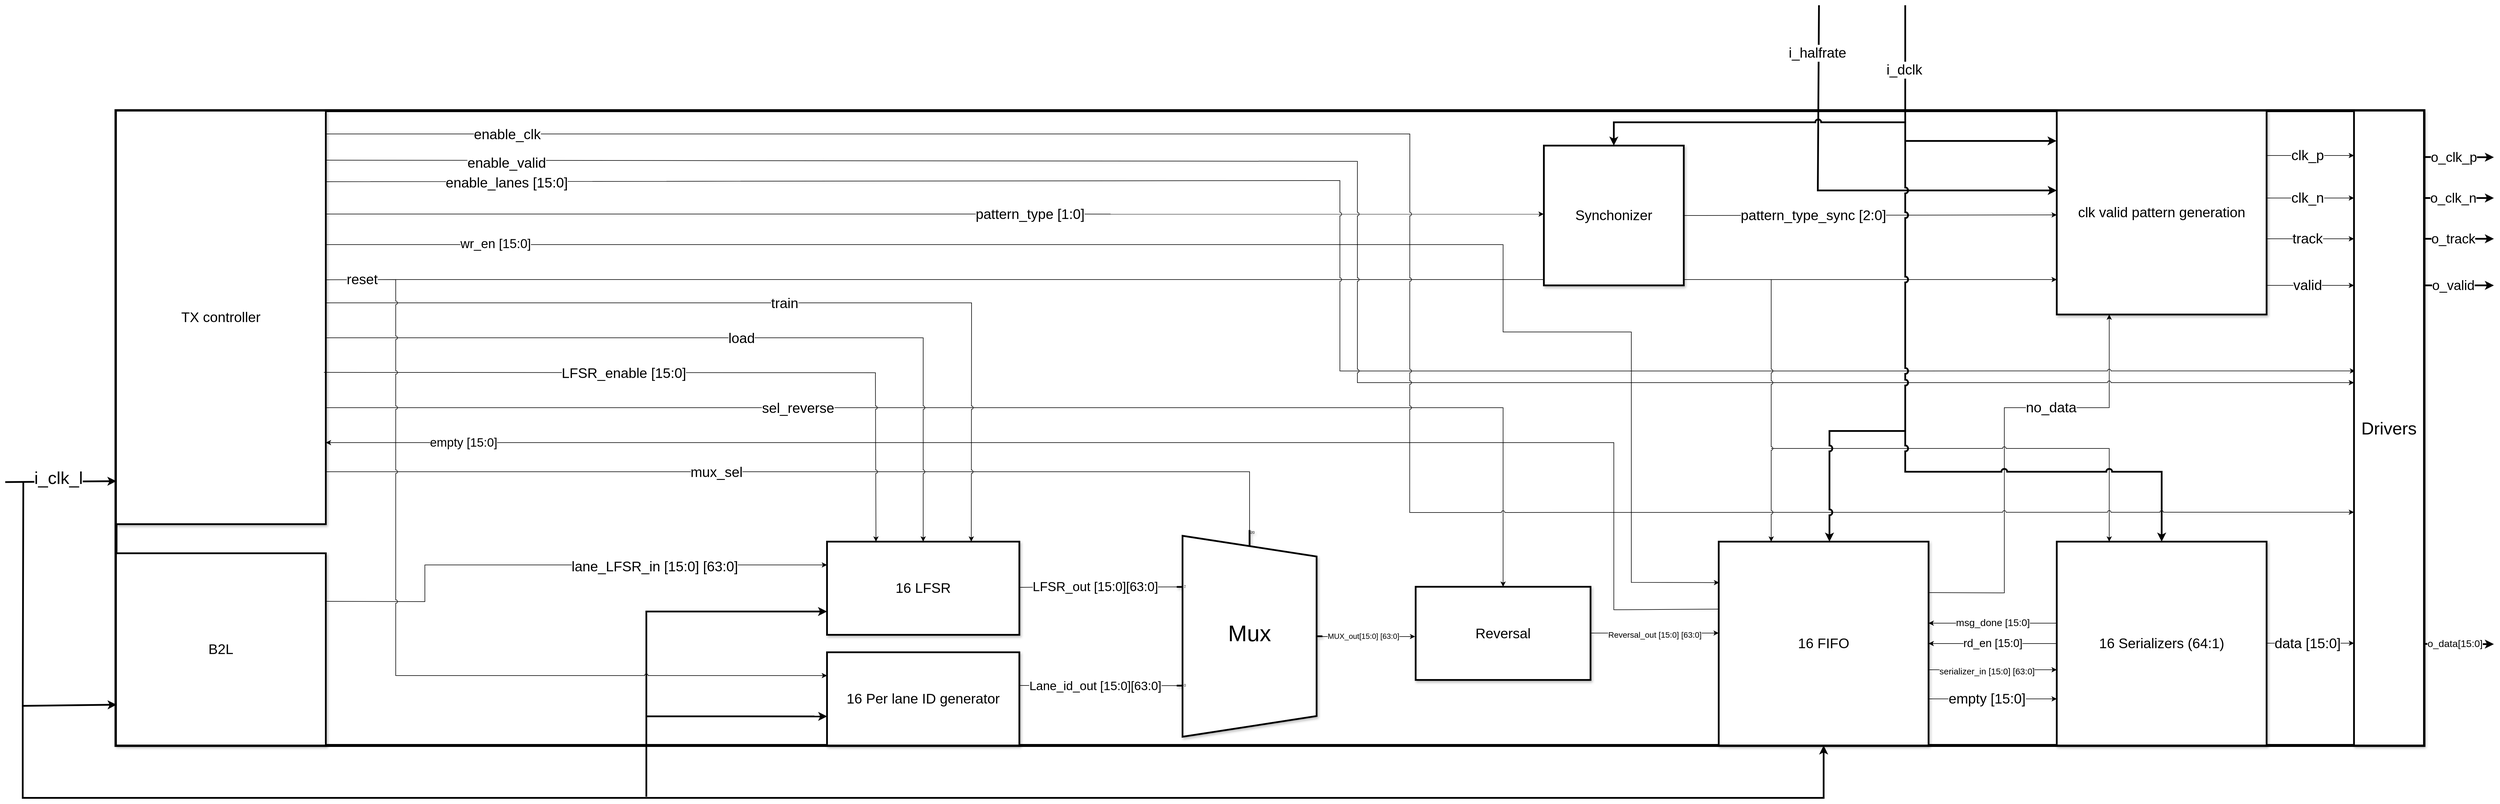
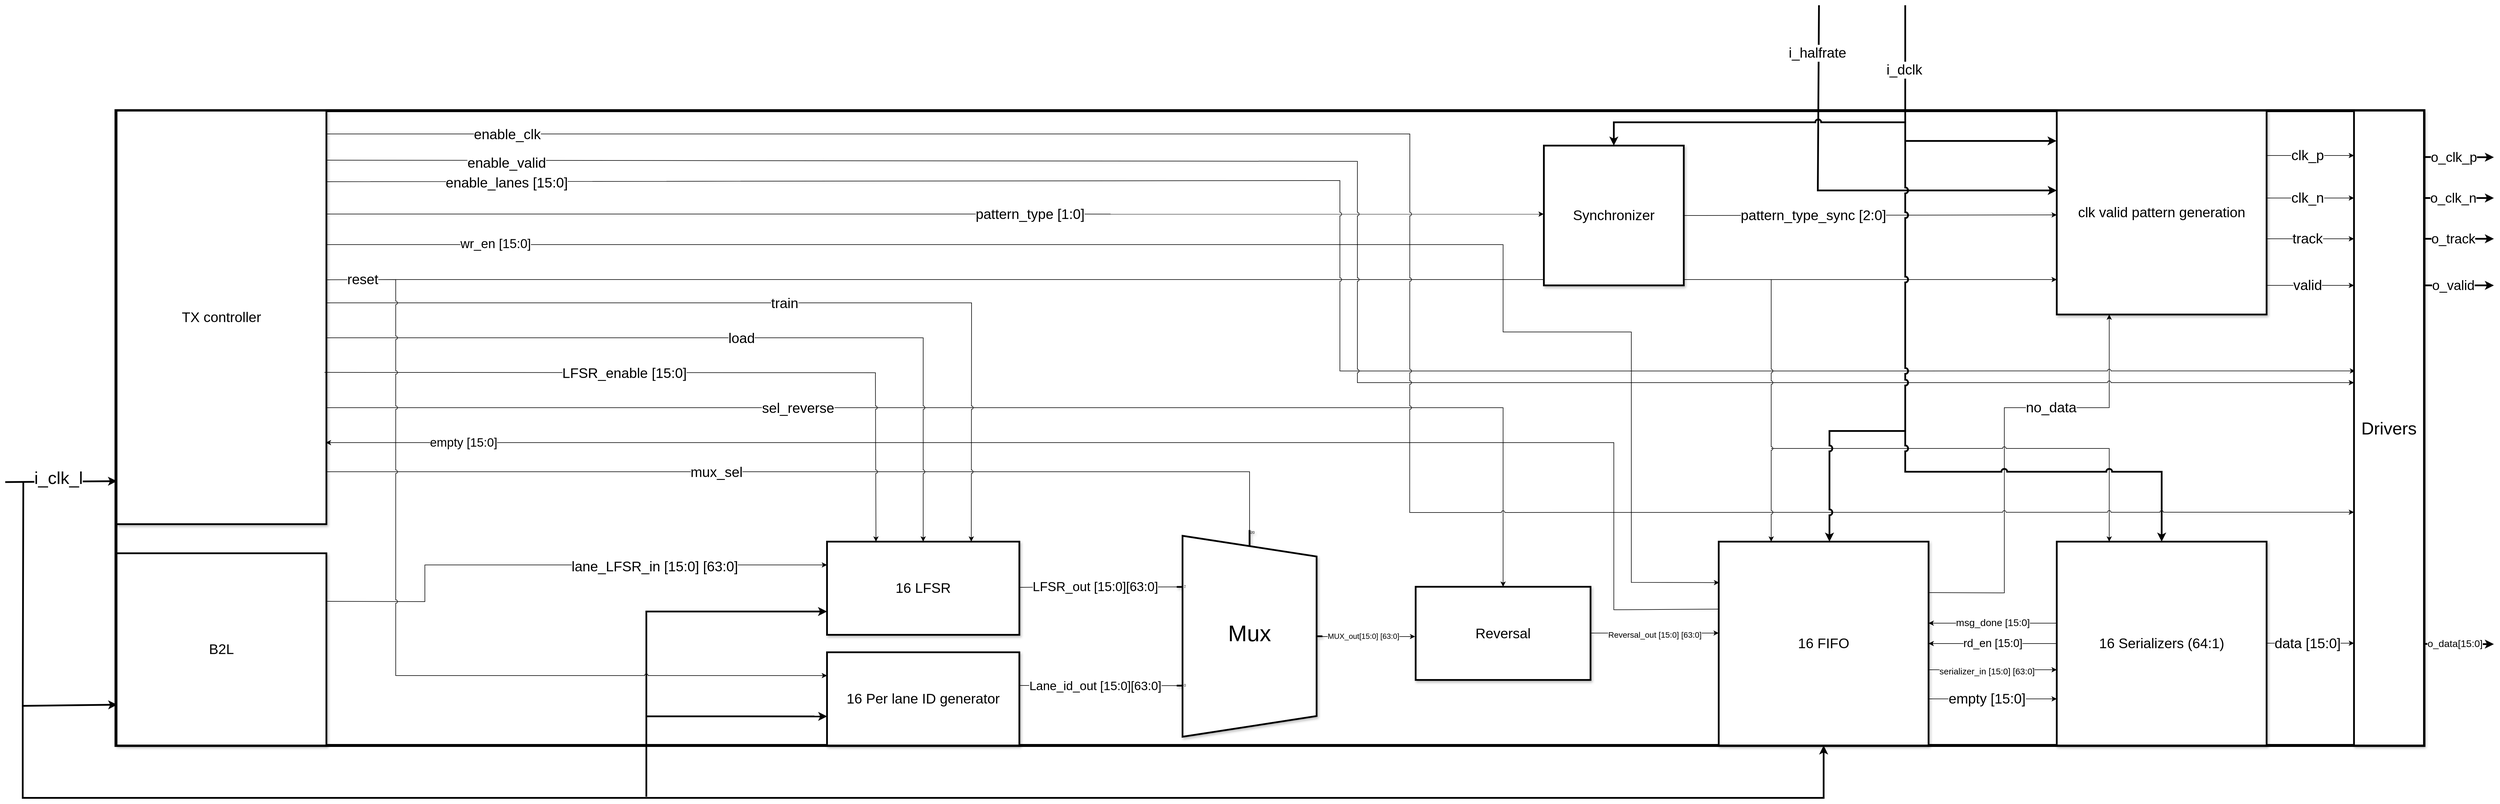
<mxfile host="65bd71144e">
    <diagram id="ARh5Sdh2C6SgtD2m0Pad" name="Page-1">
-         <mxGraphModel dx="6165" dy="3545" grid="1" gridSize="10" guides="1" tooltips="1" connect="1" arrows="1" fold="1" page="1" pageScale="1" pageWidth="850" pageHeight="1100" math="0" shadow="0">
+         <mxGraphModel dx="3118" dy="1749" grid="1" gridSize="10" guides="1" tooltips="1" connect="1" arrows="1" fold="1" page="1" pageScale="1" pageWidth="850" pageHeight="1100" math="0" shadow="0">
            <root>
                <mxCell id="0"/>
                <mxCell id="1" parent="0"/>
                <mxCell id="2" value="" style="rounded=0;whiteSpace=wrap;html=1;strokeWidth=5;" parent="1" vertex="1">
                    <mxGeometry x="-1540" width="3960" height="1090" as="geometry"/>
                </mxCell>
                <mxCell id="3" value="&lt;font style=&quot;font-size: 30px;&quot;&gt;Drivers&lt;/font&gt;" style="rounded=0;whiteSpace=wrap;html=1;strokeWidth=3;shadow=1;" parent="1" vertex="1">
                    <mxGeometry x="2300" width="120" height="1090" as="geometry"/>
                </mxCell>
                <mxCell id="4" value="" style="endArrow=classic;html=1;exitX=1.003;exitY=0.073;exitDx=0;exitDy=0;exitPerimeter=0;strokeWidth=3;" parent="1" source="3" edge="1">
                    <mxGeometry width="50" height="50" relative="1" as="geometry">
                        <mxPoint x="2010" y="400" as="sourcePoint"/>
                        <mxPoint x="2540" y="80" as="targetPoint"/>
                    </mxGeometry>
                </mxCell>
                <mxCell id="6" value="&lt;font style=&quot;font-size: 23px;&quot;&gt;o_clk_p&lt;/font&gt;" style="edgeLabel;html=1;align=center;verticalAlign=middle;resizable=0;points=[];" parent="4" vertex="1" connectable="0">
                    <mxGeometry x="0.4869" y="-2" relative="1" as="geometry">
                        <mxPoint x="-39" y="-2" as="offset"/>
                    </mxGeometry>
                </mxCell>
                <mxCell id="7" value="" style="endArrow=classic;html=1;strokeWidth=3;" parent="1" edge="1">
                    <mxGeometry width="50" height="50" relative="1" as="geometry">
                        <mxPoint x="2420" y="150" as="sourcePoint"/>
                        <mxPoint x="2540" y="150" as="targetPoint"/>
                    </mxGeometry>
                </mxCell>
                <mxCell id="8" value="&lt;font style=&quot;font-size: 23px;&quot;&gt;o_clk_n&lt;/font&gt;" style="edgeLabel;html=1;align=center;verticalAlign=middle;resizable=0;points=[];" parent="7" vertex="1" connectable="0">
                    <mxGeometry x="0.4869" y="-2" relative="1" as="geometry">
                        <mxPoint x="-39" y="-2" as="offset"/>
                    </mxGeometry>
                </mxCell>
                <mxCell id="9" value="" style="endArrow=classic;html=1;exitX=1.003;exitY=0.073;exitDx=0;exitDy=0;exitPerimeter=0;strokeWidth=3;" parent="1" edge="1">
                    <mxGeometry width="50" height="50" relative="1" as="geometry">
                        <mxPoint x="2420" y="220" as="sourcePoint"/>
                        <mxPoint x="2540" y="220" as="targetPoint"/>
                    </mxGeometry>
                </mxCell>
                <mxCell id="10" value="&lt;font style=&quot;font-size: 23px;&quot;&gt;o_track&lt;/font&gt;" style="edgeLabel;html=1;align=center;verticalAlign=middle;resizable=0;points=[];" parent="9" vertex="1" connectable="0">
                    <mxGeometry x="0.4869" y="-2" relative="1" as="geometry">
                        <mxPoint x="-39" y="-2" as="offset"/>
                    </mxGeometry>
                </mxCell>
                <mxCell id="11" value="" style="endArrow=classic;html=1;exitX=0.994;exitY=0.852;exitDx=0;exitDy=0;exitPerimeter=0;strokeWidth=3;" parent="1" edge="1">
                    <mxGeometry width="50" height="50" relative="1" as="geometry">
                        <mxPoint x="2419.2799999999997" y="915.6800000000003" as="sourcePoint"/>
                        <mxPoint x="2540" y="916" as="targetPoint"/>
                    </mxGeometry>
                </mxCell>
                <mxCell id="12" value="&lt;font style=&quot;font-size: 17px;&quot;&gt;o_data[15:0]&lt;/font&gt;" style="edgeLabel;html=1;align=center;verticalAlign=middle;resizable=0;points=[];" parent="11" vertex="1" connectable="0">
                    <mxGeometry x="0.4869" y="-2" relative="1" as="geometry">
                        <mxPoint x="-36" y="-2" as="offset"/>
                    </mxGeometry>
                </mxCell>
                <mxCell id="18" value="&lt;font style=&quot;font-size: 24px;&quot;&gt;clk valid pattern generation&lt;/font&gt;" style="rounded=0;whiteSpace=wrap;html=1;strokeWidth=3;fillColor=#FFFFFF;shadow=1;" parent="1" vertex="1">
                    <mxGeometry x="1790" width="360" height="350" as="geometry"/>
                </mxCell>
                <mxCell id="19" value="" style="endArrow=classic;html=1;exitX=1.003;exitY=0.073;exitDx=0;exitDy=0;exitPerimeter=0;strokeWidth=3;" parent="1" edge="1">
                    <mxGeometry width="50" height="50" relative="1" as="geometry">
                        <mxPoint x="2419" y="300" as="sourcePoint"/>
                        <mxPoint x="2540" y="300" as="targetPoint"/>
                    </mxGeometry>
                </mxCell>
                <mxCell id="20" value="&lt;font style=&quot;font-size: 23px;&quot;&gt;o_valid&lt;/font&gt;" style="edgeLabel;html=1;align=center;verticalAlign=middle;resizable=0;points=[];" parent="19" vertex="1" connectable="0">
                    <mxGeometry x="0.4869" y="-2" relative="1" as="geometry">
                        <mxPoint x="-39" y="-2" as="offset"/>
                    </mxGeometry>
                </mxCell>
                <mxCell id="21" value="" style="endArrow=classic;html=1;entryX=1;entryY=1;entryDx=0;entryDy=0;exitX=0;exitY=1;exitDx=0;exitDy=0;rounded=0;strokeColor=default;strokeWidth=1;align=center;verticalAlign=middle;fontFamily=Helvetica;fontSize=11;fontColor=default;labelBackgroundColor=default;curved=0;" parent="1" edge="1">
                    <mxGeometry width="50" height="50" relative="1" as="geometry">
                        <mxPoint x="2150" y="77" as="sourcePoint"/>
                        <mxPoint x="2300" y="77" as="targetPoint"/>
                    </mxGeometry>
                </mxCell>
                <mxCell id="23" value="&lt;font style=&quot;font-size: 24px;&quot;&gt;clk_p&lt;/font&gt;" style="edgeLabel;html=1;align=center;verticalAlign=middle;resizable=0;points=[];rounded=0;strokeColor=default;strokeWidth=3;fontFamily=Helvetica;fontSize=11;fontColor=default;labelBackgroundColor=default;" parent="21" vertex="1" connectable="0">
                    <mxGeometry x="-0.4867" relative="1" as="geometry">
                        <mxPoint x="31" as="offset"/>
                    </mxGeometry>
                </mxCell>
                <mxCell id="24" value="" style="endArrow=classic;html=1;entryX=1;entryY=1;entryDx=0;entryDy=0;exitX=0;exitY=1;exitDx=0;exitDy=0;rounded=0;strokeColor=default;strokeWidth=1;align=center;verticalAlign=middle;fontFamily=Helvetica;fontSize=11;fontColor=default;labelBackgroundColor=default;curved=0;" parent="1" edge="1">
                    <mxGeometry width="50" height="50" relative="1" as="geometry">
                        <mxPoint x="2150" y="150" as="sourcePoint"/>
                        <mxPoint x="2300" y="150" as="targetPoint"/>
                    </mxGeometry>
                </mxCell>
                <mxCell id="25" value="&lt;font style=&quot;font-size: 24px;&quot;&gt;clk_n&lt;/font&gt;" style="edgeLabel;html=1;align=center;verticalAlign=middle;resizable=0;points=[];rounded=0;strokeColor=default;strokeWidth=3;fontFamily=Helvetica;fontSize=11;fontColor=default;labelBackgroundColor=default;" parent="24" vertex="1" connectable="0">
                    <mxGeometry x="-0.4867" relative="1" as="geometry">
                        <mxPoint x="31" as="offset"/>
                    </mxGeometry>
                </mxCell>
                <mxCell id="26" value="" style="endArrow=classic;html=1;entryX=1;entryY=1;entryDx=0;entryDy=0;exitX=0;exitY=1;exitDx=0;exitDy=0;rounded=0;strokeColor=default;strokeWidth=1;align=center;verticalAlign=middle;fontFamily=Helvetica;fontSize=11;fontColor=default;labelBackgroundColor=default;curved=0;" parent="1" edge="1">
                    <mxGeometry width="50" height="50" relative="1" as="geometry">
                        <mxPoint x="2150" y="220" as="sourcePoint"/>
                        <mxPoint x="2300" y="220" as="targetPoint"/>
                    </mxGeometry>
                </mxCell>
                <mxCell id="27" value="&lt;font style=&quot;font-size: 24px;&quot;&gt;track&lt;/font&gt;" style="edgeLabel;html=1;align=center;verticalAlign=middle;resizable=0;points=[];rounded=0;strokeColor=default;strokeWidth=3;fontFamily=Helvetica;fontSize=11;fontColor=default;labelBackgroundColor=default;" parent="26" vertex="1" connectable="0">
                    <mxGeometry x="-0.4867" relative="1" as="geometry">
                        <mxPoint x="31" as="offset"/>
                    </mxGeometry>
                </mxCell>
                <mxCell id="28" value="" style="endArrow=classic;html=1;entryX=1;entryY=1;entryDx=0;entryDy=0;exitX=0;exitY=1;exitDx=0;exitDy=0;rounded=0;strokeColor=default;strokeWidth=1;align=center;verticalAlign=middle;fontFamily=Helvetica;fontSize=11;fontColor=default;labelBackgroundColor=default;curved=0;" parent="1" edge="1">
                    <mxGeometry width="50" height="50" relative="1" as="geometry">
                        <mxPoint x="2150" y="300" as="sourcePoint"/>
                        <mxPoint x="2300" y="300" as="targetPoint"/>
                    </mxGeometry>
                </mxCell>
                <mxCell id="29" value="&lt;font style=&quot;font-size: 24px;&quot;&gt;valid&lt;/font&gt;" style="edgeLabel;html=1;align=center;verticalAlign=middle;resizable=0;points=[];rounded=0;strokeColor=default;strokeWidth=3;fontFamily=Helvetica;fontSize=11;fontColor=default;labelBackgroundColor=default;" parent="28" vertex="1" connectable="0">
                    <mxGeometry x="-0.4867" relative="1" as="geometry">
                        <mxPoint x="31" as="offset"/>
                    </mxGeometry>
                </mxCell>
                <mxCell id="31" value="&lt;font style=&quot;font-size: 24px;&quot;&gt;16 Serializers (64:1)&lt;/font&gt;" style="rounded=0;whiteSpace=wrap;html=1;strokeWidth=3;fillColor=#FFFFFF;shadow=1;" parent="1" vertex="1">
                    <mxGeometry x="1790" y="740" width="360" height="350" as="geometry"/>
                </mxCell>
                <mxCell id="33" value="" style="endArrow=classic;html=1;entryX=1;entryY=1;entryDx=0;entryDy=0;exitX=0;exitY=1;exitDx=0;exitDy=0;rounded=0;strokeColor=default;strokeWidth=1;align=center;verticalAlign=middle;fontFamily=Helvetica;fontSize=11;fontColor=default;labelBackgroundColor=default;curved=0;" parent="1" edge="1">
                    <mxGeometry width="50" height="50" relative="1" as="geometry">
                        <mxPoint x="2150" y="914.41" as="sourcePoint"/>
                        <mxPoint x="2300" y="914.41" as="targetPoint"/>
                    </mxGeometry>
                </mxCell>
                <mxCell id="34" value="&lt;font style=&quot;font-size: 24px;&quot;&gt;data [15:0]&lt;/font&gt;" style="edgeLabel;html=1;align=center;verticalAlign=middle;resizable=0;points=[];rounded=0;strokeColor=default;strokeWidth=3;fontFamily=Helvetica;fontSize=11;fontColor=default;labelBackgroundColor=default;" parent="33" vertex="1" connectable="0">
                    <mxGeometry x="-0.4867" relative="1" as="geometry">
                        <mxPoint x="31" as="offset"/>
                    </mxGeometry>
                </mxCell>
                <mxCell id="35" value="&lt;font style=&quot;font-size: 39px;&quot;&gt;Mux&lt;/font&gt;" style="shadow=1;dashed=0;align=center;html=1;strokeWidth=3;shape=mxgraph.electrical.abstract.mux2;whiteSpace=wrap;flipV=1;" parent="1" vertex="1">
                    <mxGeometry x="280" y="720" width="250" height="355" as="geometry"/>
                </mxCell>
                <mxCell id="36" value="&lt;font style=&quot;font-size: 24px;&quot;&gt;16 LFSR&lt;/font&gt;" style="rounded=0;whiteSpace=wrap;html=1;strokeWidth=3;fillColor=#FFFFFF;shadow=1;" parent="1" vertex="1">
                    <mxGeometry x="-320" y="740" width="330" height="160" as="geometry"/>
                </mxCell>
                <mxCell id="37" value="&lt;font style=&quot;font-size: 24px;&quot;&gt;16 Per lane ID generator&lt;/font&gt;" style="rounded=0;whiteSpace=wrap;html=1;strokeWidth=3;fillColor=#FFFFFF;shadow=1;" parent="1" vertex="1">
                    <mxGeometry x="-320" y="930" width="330" height="160" as="geometry"/>
                </mxCell>
                <mxCell id="38" value="&lt;font style=&quot;font-size: 24px;&quot;&gt;B2L&lt;/font&gt;" style="rounded=0;whiteSpace=wrap;html=1;strokeWidth=3;fillColor=#FFFFFF;shadow=1;" parent="1" vertex="1">
-                     <mxGeometry x="-1540" y="760" width="360" height="330" as="geometry"/>
+                     <mxGeometry x="-1539" y="760" width="360" height="330" as="geometry"/>
                </mxCell>
                <mxCell id="40" value="&lt;font style=&quot;font-size: 24px;&quot;&gt;TX controller&lt;/font&gt;" style="rounded=0;whiteSpace=wrap;html=1;strokeWidth=3;fillColor=#FFFFFF;shadow=1;" parent="1" vertex="1">
-                     <mxGeometry x="-1540" width="360" height="710" as="geometry"/>
+                     <mxGeometry x="-1539" width="360" height="710" as="geometry"/>
                </mxCell>
                <mxCell id="43" value="&lt;font style=&quot;font-size: 24px;&quot;&gt;16 FIFO&lt;/font&gt;" style="rounded=0;whiteSpace=wrap;html=1;strokeWidth=3;fillColor=#FFFFFF;shadow=1;" parent="1" vertex="1">
                    <mxGeometry x="1210" y="740" width="360" height="350" as="geometry"/>
                </mxCell>
                <mxCell id="47" value="" style="endArrow=classic;html=1;entryX=-0.001;entryY=0.257;entryDx=0;entryDy=0;exitX=0;exitY=0;exitDx=0;exitDy=0;rounded=0;curved=0;strokeWidth=3;entryPerimeter=0;" parent="1" edge="1">
                    <mxGeometry width="50" height="50" relative="1" as="geometry">
                        <mxPoint x="1530" y="-181" as="sourcePoint"/>
                        <mxPoint x="1789.6400000000003" y="51.95000000000027" as="targetPoint"/>
                        <Array as="points">
                            <mxPoint x="1530" y="52"/>
                        </Array>
                    </mxGeometry>
                </mxCell>
                <mxCell id="49" value="&lt;font style=&quot;font-size: 24px;&quot;&gt;i_dclk&lt;/font&gt;" style="edgeLabel;html=1;align=center;verticalAlign=middle;resizable=0;points=[];" parent="47" vertex="1" connectable="0">
                    <mxGeometry x="-0.5519" y="-2" relative="1" as="geometry">
                        <mxPoint as="offset"/>
                    </mxGeometry>
                </mxCell>
                <mxCell id="50" value="" style="endArrow=classic;html=1;entryX=1;entryY=1;entryDx=0;entryDy=0;exitX=0;exitY=0;exitDx=0;exitDy=0;rounded=0;curved=0;strokeWidth=3;" parent="1" edge="1">
                    <mxGeometry width="50" height="50" relative="1" as="geometry">
                        <mxPoint x="1382" y="-181" as="sourcePoint"/>
                        <mxPoint x="1790" y="136.99999999999977" as="targetPoint"/>
                        <Array as="points">
                            <mxPoint x="1380" y="137"/>
                        </Array>
                    </mxGeometry>
                </mxCell>
                <mxCell id="51" value="&lt;font style=&quot;font-size: 24px;&quot;&gt;i_halfrate&lt;/font&gt;" style="edgeLabel;html=1;align=center;verticalAlign=middle;resizable=0;points=[];" parent="50" vertex="1" connectable="0">
                    <mxGeometry x="-0.5519" y="-2" relative="1" as="geometry">
                        <mxPoint y="-81" as="offset"/>
                    </mxGeometry>
                </mxCell>
                <mxCell id="53" value="" style="endArrow=classic;html=1;entryX=0.25;entryY=1;entryDx=0;entryDy=0;exitX=1;exitY=0.25;exitDx=0;exitDy=0;rounded=0;curved=0;strokeColor=default;strokeWidth=1;align=center;verticalAlign=middle;fontFamily=Helvetica;fontSize=11;fontColor=default;labelBackgroundColor=default;" parent="1" source="43" target="18" edge="1">
                    <mxGeometry width="50" height="50" relative="1" as="geometry">
                        <mxPoint x="1590" y="850" as="sourcePoint"/>
                        <mxPoint x="1640" y="800" as="targetPoint"/>
                        <Array as="points">
                            <mxPoint x="1700" y="828"/>
                            <mxPoint x="1700" y="510"/>
                            <mxPoint x="1880" y="510"/>
                        </Array>
                    </mxGeometry>
                </mxCell>
                <mxCell id="55" value="&lt;font style=&quot;font-size: 24px;&quot;&gt;no_data&lt;/font&gt;" style="edgeLabel;html=1;align=center;verticalAlign=middle;resizable=0;points=[];rounded=0;strokeColor=default;strokeWidth=3;fontFamily=Helvetica;fontSize=11;fontColor=default;labelBackgroundColor=default;" parent="53" vertex="1" connectable="0">
                    <mxGeometry x="0.3863" y="1" relative="1" as="geometry">
                        <mxPoint x="-18" y="1" as="offset"/>
                    </mxGeometry>
                </mxCell>
                <mxCell id="57" value="" style="endArrow=classic;html=1;exitX=1;exitY=0.5;exitDx=0;exitDy=0;entryX=1;entryY=1;entryDx=0;entryDy=0;rounded=0;strokeColor=default;strokeWidth=1;align=center;verticalAlign=middle;fontFamily=Helvetica;fontSize=11;fontColor=default;labelBackgroundColor=default;curved=0;" parent="1" source="44" edge="1">
                    <mxGeometry width="50" height="50" relative="1" as="geometry">
                        <mxPoint x="1510" y="280" as="sourcePoint"/>
                        <mxPoint x="1790" y="179" as="targetPoint"/>
                    </mxGeometry>
                </mxCell>
                <mxCell id="59" value="&lt;font style=&quot;font-size: 24px;&quot;&gt;pattern_type_sync [2:0]&lt;/font&gt;" style="edgeLabel;html=1;align=center;verticalAlign=middle;resizable=0;points=[];rounded=0;strokeColor=default;strokeWidth=3;fontFamily=Helvetica;fontSize=11;fontColor=default;labelBackgroundColor=default;" parent="57" vertex="1" connectable="0">
                    <mxGeometry x="-0.3073" relative="1" as="geometry">
                        <mxPoint as="offset"/>
                    </mxGeometry>
                </mxCell>
                <mxCell id="70" value="" style="endArrow=classic;html=1;exitX=0.5;exitY=0;exitDx=0;exitDy=0;rounded=0;curved=0;strokeColor=default;strokeWidth=3;align=center;verticalAlign=middle;fontFamily=Helvetica;fontSize=11;fontColor=default;labelBackgroundColor=default;entryX=0.5;entryY=0;entryDx=0;entryDy=0;jumpStyle=arc;" parent="1" target="44" edge="1">
                    <mxGeometry width="50" height="50" relative="1" as="geometry">
                        <mxPoint x="1530" y="20" as="sourcePoint"/>
                        <mxPoint x="1300" y="20" as="targetPoint"/>
                        <Array as="points">
                            <mxPoint x="1030" y="20"/>
                        </Array>
                    </mxGeometry>
                </mxCell>
                <mxCell id="72" value="" style="endArrow=classic;html=1;entryX=1;entryY=0.5;entryDx=0;entryDy=0;exitX=0;exitY=0.5;exitDx=0;exitDy=0;rounded=0;strokeColor=default;strokeWidth=1;align=center;verticalAlign=middle;fontFamily=Helvetica;fontSize=11;fontColor=default;labelBackgroundColor=default;curved=0;" parent="1" source="31" target="43" edge="1">
                    <mxGeometry width="50" height="50" relative="1" as="geometry">
                        <mxPoint x="1730" y="870" as="sourcePoint"/>
                        <mxPoint x="1680" y="920" as="targetPoint"/>
                    </mxGeometry>
                </mxCell>
                <mxCell id="74" value="&lt;font style=&quot;font-size: 19px;&quot;&gt;rd_en [15:0]&lt;/font&gt;" style="edgeLabel;html=1;align=center;verticalAlign=middle;resizable=0;points=[];" parent="72" vertex="1" connectable="0">
                    <mxGeometry x="-0.4618" y="-1" relative="1" as="geometry">
                        <mxPoint x="-51" y="1" as="offset"/>
                    </mxGeometry>
                </mxCell>
                <mxCell id="75" value="" style="endArrow=classic;html=1;entryX=1;entryY=0.5;entryDx=0;entryDy=0;exitX=0;exitY=0.5;exitDx=0;exitDy=0;rounded=0;strokeColor=default;strokeWidth=1;align=center;verticalAlign=middle;fontFamily=Helvetica;fontSize=11;fontColor=default;labelBackgroundColor=default;curved=0;" parent="1" edge="1">
                    <mxGeometry width="50" height="50" relative="1" as="geometry">
                        <mxPoint x="1570" y="960" as="sourcePoint"/>
                        <mxPoint x="1790" y="960" as="targetPoint"/>
                    </mxGeometry>
                </mxCell>
                <mxCell id="76" value="&lt;font style=&quot;font-size: 15px;&quot;&gt;serializer_in [15:0] [63:0]&lt;/font&gt;" style="edgeLabel;html=1;align=center;verticalAlign=middle;resizable=0;points=[];" parent="75" vertex="1" connectable="0">
                    <mxGeometry x="-0.4618" y="-1" relative="1" as="geometry">
                        <mxPoint x="41" y="1" as="offset"/>
                    </mxGeometry>
                </mxCell>
                <mxCell id="77" value="" style="endArrow=classic;html=1;entryX=1;entryY=0.5;entryDx=0;entryDy=0;exitX=0;exitY=0.5;exitDx=0;exitDy=0;rounded=0;strokeColor=default;strokeWidth=1;align=center;verticalAlign=middle;fontFamily=Helvetica;fontSize=11;fontColor=default;labelBackgroundColor=default;curved=0;" parent="1" edge="1">
                    <mxGeometry width="50" height="50" relative="1" as="geometry">
                        <mxPoint x="1570" y="1010" as="sourcePoint"/>
                        <mxPoint x="1790" y="1010" as="targetPoint"/>
                    </mxGeometry>
                </mxCell>
                <mxCell id="78" value="&lt;font style=&quot;font-size: 24px;&quot;&gt;empty [15:0]&lt;/font&gt;" style="edgeLabel;html=1;align=center;verticalAlign=middle;resizable=0;points=[];" parent="77" vertex="1" connectable="0">
                    <mxGeometry x="-0.4618" y="-1" relative="1" as="geometry">
                        <mxPoint x="41" y="-1" as="offset"/>
                    </mxGeometry>
                </mxCell>
                <mxCell id="79" value="" style="endArrow=classic;html=1;entryX=1;entryY=0.5;entryDx=0;entryDy=0;exitX=0;exitY=0.5;exitDx=0;exitDy=0;rounded=0;strokeColor=default;strokeWidth=1;align=center;verticalAlign=middle;fontFamily=Helvetica;fontSize=11;fontColor=default;labelBackgroundColor=default;curved=0;" parent="1" edge="1">
                    <mxGeometry width="50" height="50" relative="1" as="geometry">
                        <mxPoint x="1790" y="880" as="sourcePoint"/>
                        <mxPoint x="1570" y="880" as="targetPoint"/>
                    </mxGeometry>
                </mxCell>
                <mxCell id="80" value="&lt;font style=&quot;font-size: 17px;&quot;&gt;msg_done [15:0]&lt;/font&gt;" style="edgeLabel;html=1;align=center;verticalAlign=middle;resizable=0;points=[];" parent="79" vertex="1" connectable="0">
                    <mxGeometry x="-0.4618" y="-1" relative="1" as="geometry">
                        <mxPoint x="-51" y="1" as="offset"/>
                    </mxGeometry>
                </mxCell>
                <mxCell id="81" value="&lt;font style=&quot;font-size: 24px;&quot;&gt;Reversal&lt;/font&gt;" style="rounded=0;whiteSpace=wrap;html=1;strokeWidth=3;fillColor=#FFFFFF;shadow=1;" parent="1" vertex="1">
                    <mxGeometry x="690" y="817.5" width="300" height="160" as="geometry"/>
                </mxCell>
                <mxCell id="82" value="" style="endArrow=classic;html=1;entryX=1;entryY=0.5;entryDx=0;entryDy=0;exitX=0;exitY=0.5;exitDx=0;exitDy=0;rounded=0;strokeColor=default;strokeWidth=1;align=center;verticalAlign=middle;fontFamily=Helvetica;fontSize=11;fontColor=default;labelBackgroundColor=default;curved=0;" parent="1" edge="1">
                    <mxGeometry width="50" height="50" relative="1" as="geometry">
                        <mxPoint x="990" y="896.94" as="sourcePoint"/>
                        <mxPoint x="1210" y="896.94" as="targetPoint"/>
                    </mxGeometry>
                </mxCell>
                <mxCell id="83" value="&lt;font style=&quot;font-size: 14px;&quot;&gt;Reversal_out [15:0] [63:0]&lt;/font&gt;" style="edgeLabel;html=1;align=center;verticalAlign=middle;resizable=0;points=[];" parent="82" vertex="1" connectable="0">
                    <mxGeometry x="-0.4618" y="-1" relative="1" as="geometry">
                        <mxPoint x="51" y="2" as="offset"/>
                    </mxGeometry>
                </mxCell>
                <mxCell id="86" value="" style="endArrow=classic;html=1;entryX=-0.003;entryY=0.534;entryDx=0;entryDy=0;exitX=0;exitY=0.5;exitDx=0;exitDy=0;rounded=0;strokeColor=default;strokeWidth=1;align=center;verticalAlign=middle;fontFamily=Helvetica;fontSize=11;fontColor=default;labelBackgroundColor=default;curved=0;entryPerimeter=0;" parent="1" target="81" edge="1">
                    <mxGeometry width="50" height="50" relative="1" as="geometry">
                        <mxPoint x="530" y="902.94" as="sourcePoint"/>
                        <mxPoint x="750" y="902.94" as="targetPoint"/>
                    </mxGeometry>
                </mxCell>
                <mxCell id="87" value="&lt;font style=&quot;font-size: 13px;&quot;&gt;MUX_out[15:0] [63:0]&lt;/font&gt;" style="edgeLabel;html=1;align=center;verticalAlign=middle;resizable=0;points=[];" parent="86" vertex="1" connectable="0">
                    <mxGeometry x="-0.4618" y="-1" relative="1" as="geometry">
                        <mxPoint x="27" y="-2" as="offset"/>
                    </mxGeometry>
                </mxCell>
                <mxCell id="88" value="" style="endArrow=none;html=1;entryX=0;entryY=0.7161971830985915;entryDx=0;entryDy=3;entryPerimeter=0;exitX=1.001;exitY=0.491;exitDx=0;exitDy=0;rounded=0;curved=0;exitPerimeter=0;" parent="1" source="36" target="35" edge="1">
                    <mxGeometry width="50" height="50" relative="1" as="geometry">
                        <mxPoint x="90" y="800" as="sourcePoint"/>
                        <mxPoint x="140" y="750" as="targetPoint"/>
                        <Array as="points">
                            <mxPoint x="70" y="818"/>
                        </Array>
                    </mxGeometry>
                </mxCell>
                <mxCell id="93" value="&lt;font style=&quot;font-size: 22px;&quot;&gt;LFSR_out [15:0][63:0]&lt;/font&gt;" style="edgeLabel;html=1;align=center;verticalAlign=middle;resizable=0;points=[];" parent="88" vertex="1" connectable="0">
                    <mxGeometry x="-0.1569" y="-1" relative="1" as="geometry">
                        <mxPoint x="16" y="-1" as="offset"/>
                    </mxGeometry>
                </mxCell>
                <mxCell id="90" value="" style="endArrow=none;html=1;entryX=0;entryY=0.23873239436619717;entryDx=0;entryDy=3;entryPerimeter=0;exitX=0;exitY=1;exitDx=0;exitDy=0;" parent="1" target="35" edge="1">
                    <mxGeometry width="50" height="50" relative="1" as="geometry">
                        <mxPoint x="10" y="987" as="sourcePoint"/>
                        <mxPoint x="120" y="930" as="targetPoint"/>
                    </mxGeometry>
                </mxCell>
                <mxCell id="94" value="&lt;span style=&quot;color: rgb(0, 0, 0);&quot;&gt;&lt;font style=&quot;font-size: 21px;&quot;&gt;Lane_id_out [15:0][63:0]&lt;/font&gt;&lt;/span&gt;" style="edgeLabel;html=1;align=center;verticalAlign=middle;resizable=0;points=[];" parent="90" vertex="1" connectable="0">
                    <mxGeometry x="-0.4755" relative="1" as="geometry">
                        <mxPoint x="59" as="offset"/>
                    </mxGeometry>
                </mxCell>
                <mxCell id="95" value="" style="endArrow=none;html=1;exitX=0;exitY=1;exitDx=0;exitDy=0;entryX=0.46;entryY=1;entryDx=10;entryDy=0;entryPerimeter=0;rounded=0;curved=0;" parent="1" target="35" edge="1">
                    <mxGeometry width="50" height="50" relative="1" as="geometry">
                        <mxPoint x="-1180" y="620" as="sourcePoint"/>
                        <mxPoint x="-760" y="470" as="targetPoint"/>
                        <Array as="points">
                            <mxPoint x="405" y="620"/>
                        </Array>
                    </mxGeometry>
                </mxCell>
                <mxCell id="96" value="&lt;font style=&quot;font-size: 24px;&quot;&gt;mux_sel&lt;/font&gt;" style="edgeLabel;html=1;align=center;verticalAlign=middle;resizable=0;points=[];" parent="95" vertex="1" connectable="0">
                    <mxGeometry x="-0.1805" y="-1" relative="1" as="geometry">
                        <mxPoint x="-21" as="offset"/>
                    </mxGeometry>
                </mxCell>
                <mxCell id="98" value="" style="endArrow=classic;html=1;exitX=0.995;exitY=0.382;exitDx=0;exitDy=0;exitPerimeter=0;entryX=0.5;entryY=0;entryDx=0;entryDy=0;rounded=0;curved=0;strokeColor=default;strokeWidth=1;align=center;verticalAlign=middle;fontFamily=Helvetica;fontSize=11;fontColor=default;labelBackgroundColor=default;" parent="1" target="81" edge="1">
                    <mxGeometry width="50" height="50" relative="1" as="geometry">
                        <mxPoint x="-1180" y="510" as="sourcePoint"/>
                        <mxPoint x="407" y="610" as="targetPoint"/>
                        <Array as="points">
                            <mxPoint x="840" y="510"/>
                        </Array>
                    </mxGeometry>
                </mxCell>
                <mxCell id="99" value="&lt;font style=&quot;font-size: 24px;&quot;&gt;sel_reverse&lt;/font&gt;" style="edgeLabel;html=1;align=center;verticalAlign=middle;resizable=0;points=[];rounded=0;strokeColor=default;strokeWidth=3;fontFamily=Helvetica;fontSize=11;fontColor=default;labelBackgroundColor=default;" parent="98" vertex="1" connectable="0">
                    <mxGeometry x="-0.1805" y="-1" relative="1" as="geometry">
                        <mxPoint x="-144" as="offset"/>
                    </mxGeometry>
                </mxCell>
                <mxCell id="103" value="" style="endArrow=classic;html=1;entryX=0;entryY=1;entryDx=0;entryDy=0;exitX=0.991;exitY=0.633;exitDx=0;exitDy=0;exitPerimeter=0;rounded=0;curved=0;jumpStyle=arc;" parent="1" source="40" edge="1">
                    <mxGeometry width="50" height="50" relative="1" as="geometry">
                        <mxPoint x="-1160.0000000000002" y="179.99999999999991" as="sourcePoint"/>
                        <mxPoint x="-236" y="740" as="targetPoint"/>
                        <Array as="points">
                            <mxPoint x="-237" y="450"/>
                        </Array>
                    </mxGeometry>
                </mxCell>
                <mxCell id="105" value="&lt;font style=&quot;font-size: 24px;&quot;&gt;LFSR_enable [15:0]&lt;/font&gt;" style="edgeLabel;html=1;align=center;verticalAlign=middle;resizable=0;points=[];" parent="103" vertex="1" connectable="0">
                    <mxGeometry x="-0.1688" y="-1" relative="1" as="geometry">
                        <mxPoint as="offset"/>
                    </mxGeometry>
                </mxCell>
                <mxCell id="106" value="" style="endArrow=classic;html=1;entryX=0.5;entryY=0;entryDx=0;entryDy=0;exitX=0;exitY=1;exitDx=0;exitDy=0;rounded=0;curved=0;jumpStyle=arc;" parent="1" target="36" edge="1">
                    <mxGeometry width="50" height="50" relative="1" as="geometry">
                        <mxPoint x="-1179.9999999999986" y="390" as="sourcePoint"/>
                        <mxPoint x="-550" y="330" as="targetPoint"/>
                        <Array as="points">
                            <mxPoint x="-155" y="390"/>
                        </Array>
                    </mxGeometry>
                </mxCell>
                <mxCell id="110" value="&lt;font style=&quot;font-size: 24px;&quot;&gt;load&lt;/font&gt;" style="edgeLabel;html=1;align=center;verticalAlign=middle;resizable=0;points=[];" parent="106" vertex="1" connectable="0">
                    <mxGeometry x="0.0364" y="-1" relative="1" as="geometry">
                        <mxPoint as="offset"/>
                    </mxGeometry>
                </mxCell>
                <mxCell id="111" value="" style="endArrow=classic;html=1;entryX=0.75;entryY=0;entryDx=0;entryDy=0;exitX=0;exitY=1;exitDx=0;exitDy=0;rounded=0;curved=0;jumpStyle=arc;" parent="1" target="36" edge="1">
                    <mxGeometry width="50" height="50" relative="1" as="geometry">
                        <mxPoint x="-1179.9999999999986" y="330" as="sourcePoint"/>
                        <mxPoint x="-155" y="680" as="targetPoint"/>
                        <Array as="points">
                            <mxPoint x="-72" y="330"/>
                        </Array>
                    </mxGeometry>
                </mxCell>
                <mxCell id="112" value="&lt;font style=&quot;font-size: 24px;&quot;&gt;train&lt;/font&gt;" style="edgeLabel;html=1;align=center;verticalAlign=middle;resizable=0;points=[];" parent="111" vertex="1" connectable="0">
                    <mxGeometry x="0.0364" y="-1" relative="1" as="geometry">
                        <mxPoint as="offset"/>
                    </mxGeometry>
                </mxCell>
                <mxCell id="118" value="" style="endArrow=classic;html=1;entryX=1;entryY=1;entryDx=0;entryDy=0;" parent="1" edge="1">
                    <mxGeometry width="50" height="50" relative="1" as="geometry">
                        <mxPoint x="-1060" y="290" as="sourcePoint"/>
                        <mxPoint x="1790.000000000001" y="290" as="targetPoint"/>
                    </mxGeometry>
                </mxCell>
-                 <mxCell id="44" value="&lt;font style=&quot;font-size: 24px;&quot;&gt;Synchonizer&lt;/font&gt;" style="rounded=0;whiteSpace=wrap;html=1;strokeWidth=3;fillColor=#FFFFFF;shadow=1;" parent="1" vertex="1">
+                 <mxCell id="44" value="&lt;font style=&quot;font-size: 24px;&quot;&gt;Synchronizer&lt;/font&gt;" style="rounded=0;whiteSpace=wrap;html=1;strokeWidth=3;fillColor=#FFFFFF;shadow=1;" parent="1" vertex="1">
                    <mxGeometry x="910" y="60" width="240" height="240" as="geometry"/>
                </mxCell>
                <mxCell id="121" value="" style="endArrow=classic;html=1;entryX=0.25;entryY=0;entryDx=0;entryDy=0;rounded=0;curved=0;jumpStyle=arc;" parent="1" target="31" edge="1">
                    <mxGeometry width="50" height="50" relative="1" as="geometry">
                        <mxPoint x="1300" y="580" as="sourcePoint"/>
                        <mxPoint x="1770" y="530" as="targetPoint"/>
                        <Array as="points">
                            <mxPoint x="1880" y="580"/>
                        </Array>
                    </mxGeometry>
                </mxCell>
                <mxCell id="67" value="" style="endArrow=classic;html=1;entryX=0.5;entryY=0;entryDx=0;entryDy=0;rounded=0;curved=0;strokeWidth=3;jumpStyle=arc;strokeColor=default;align=center;verticalAlign=middle;fontFamily=Helvetica;fontSize=11;fontColor=default;labelBackgroundColor=default;" parent="1" target="31" edge="1">
                    <mxGeometry width="50" height="50" relative="1" as="geometry">
                        <mxPoint x="1530" y="550" as="sourcePoint"/>
                        <mxPoint x="1970" y="440" as="targetPoint"/>
                        <Array as="points">
                            <mxPoint x="1530" y="620"/>
                            <mxPoint x="1970" y="620"/>
                        </Array>
                    </mxGeometry>
                </mxCell>
                <mxCell id="122" value="" style="endArrow=classic;html=1;entryX=-0.001;entryY=0.49;entryDx=0;entryDy=0;exitX=1;exitY=0.25;exitDx=0;exitDy=0;entryPerimeter=0;" parent="1" source="40" target="44" edge="1">
                    <mxGeometry width="50" height="50" relative="1" as="geometry">
                        <mxPoint x="-710" y="380" as="sourcePoint"/>
                        <mxPoint x="-660" y="330" as="targetPoint"/>
                    </mxGeometry>
                </mxCell>
                <mxCell id="124" value="&lt;font style=&quot;font-size: 24px;&quot;&gt;pattern_type [1:0]&lt;/font&gt;" style="edgeLabel;html=1;align=center;verticalAlign=middle;resizable=0;points=[];" parent="122" vertex="1" connectable="0">
                    <mxGeometry x="0.1556" relative="1" as="geometry">
                        <mxPoint as="offset"/>
                    </mxGeometry>
                </mxCell>
                <mxCell id="125" value="" style="endArrow=classic;html=1;entryX=0.015;entryY=0.41;entryDx=0;entryDy=0;entryPerimeter=0;exitX=0;exitY=0;exitDx=0;exitDy=0;strokeColor=default;rounded=0;curved=0;jumpStyle=arc;" parent="1" target="3" edge="1">
                    <mxGeometry width="50" height="50" relative="1" as="geometry">
                        <mxPoint x="-1179.9999999999986" y="122.00000000000023" as="sourcePoint"/>
                        <mxPoint x="2010" y="500" as="targetPoint"/>
                        <Array as="points">
                            <mxPoint x="560" y="120"/>
                            <mxPoint x="560" y="447"/>
                        </Array>
                    </mxGeometry>
                </mxCell>
                <mxCell id="128" value="&lt;font style=&quot;font-size: 24px;&quot;&gt;enable_lanes [15:0]&lt;/font&gt;" style="edgeLabel;html=1;align=center;verticalAlign=middle;resizable=0;points=[];" parent="125" vertex="1" connectable="0">
                    <mxGeometry x="0.8428" y="-3" relative="1" as="geometry">
                        <mxPoint x="-2873" y="-326" as="offset"/>
                    </mxGeometry>
                </mxCell>
                <mxCell id="129" value="" style="endArrow=classic;html=1;entryX=1;entryY=1;entryDx=0;entryDy=0;exitX=1.002;exitY=0.124;exitDx=0;exitDy=0;exitPerimeter=0;rounded=0;curved=0;jumpStyle=arc;" parent="1" edge="1">
                    <mxGeometry width="50" height="50" relative="1" as="geometry">
                        <mxPoint x="-1179.2800000000002" y="85.03999999999996" as="sourcePoint"/>
                        <mxPoint x="2299.999999999998" y="467" as="targetPoint"/>
                        <Array as="points">
                            <mxPoint x="590" y="87"/>
                            <mxPoint x="590" y="467"/>
                        </Array>
                    </mxGeometry>
                </mxCell>
                <mxCell id="137" value="&lt;font style=&quot;font-size: 24px;&quot;&gt;enable_valid&lt;/font&gt;" style="edgeLabel;html=1;align=center;verticalAlign=middle;resizable=0;points=[];" parent="129" vertex="1" connectable="0">
                    <mxGeometry x="-0.1308" y="-3" relative="1" as="geometry">
                        <mxPoint x="-1368" as="offset"/>
                    </mxGeometry>
                </mxCell>
                <mxCell id="130" value="" style="endArrow=classic;html=1;entryX=0.002;entryY=0.605;entryDx=0;entryDy=0;entryPerimeter=0;exitX=0;exitY=0;exitDx=0;exitDy=0;rounded=0;curved=0;jumpStyle=arc;" parent="1" edge="1">
                    <mxGeometry width="50" height="50" relative="1" as="geometry">
                        <mxPoint x="-1179.9999999999802" y="40" as="sourcePoint"/>
                        <mxPoint x="2300" y="689.4499999999998" as="targetPoint"/>
                        <Array as="points">
                            <mxPoint x="680" y="40"/>
                            <mxPoint x="679.76" y="690"/>
                        </Array>
                    </mxGeometry>
                </mxCell>
                <mxCell id="138" value="&lt;font style=&quot;font-size: 24px;&quot;&gt;enable_clk&lt;/font&gt;" style="edgeLabel;html=1;align=center;verticalAlign=middle;resizable=0;points=[];" parent="130" vertex="1" connectable="0">
                    <mxGeometry x="-0.7993" y="-1" relative="1" as="geometry">
                        <mxPoint x="-104" as="offset"/>
                    </mxGeometry>
                </mxCell>
                <mxCell id="120" value="" style="endArrow=classic;html=1;entryX=0.25;entryY=0;entryDx=0;entryDy=0;jumpStyle=arc;" parent="1" target="43" edge="1">
                    <mxGeometry width="50" height="50" relative="1" as="geometry">
                        <mxPoint x="1300" y="290" as="sourcePoint"/>
                        <mxPoint x="1460" y="480" as="targetPoint"/>
                    </mxGeometry>
                </mxCell>
                <mxCell id="63" value="" style="endArrow=classic;html=1;exitX=0;exitY=1;exitDx=0;exitDy=0;rounded=0;curved=0;strokeWidth=3;jumpStyle=arc;strokeColor=default;align=center;verticalAlign=middle;fontFamily=Helvetica;fontSize=11;fontColor=default;labelBackgroundColor=default;" parent="1" edge="1">
                    <mxGeometry width="50" height="50" relative="1" as="geometry">
                        <mxPoint x="1530" y="40" as="sourcePoint"/>
                        <mxPoint x="1400" y="740" as="targetPoint"/>
                        <Array as="points">
                            <mxPoint x="1530" y="550"/>
                            <mxPoint x="1400" y="550"/>
                        </Array>
                    </mxGeometry>
                </mxCell>
                <mxCell id="139" value="" style="endArrow=classic;html=1;entryX=0.002;entryY=0.896;entryDx=0;entryDy=0;exitX=0;exitY=0.17;exitDx=0;exitDy=0;exitPerimeter=0;entryPerimeter=0;rounded=0;strokeColor=default;strokeWidth=3;align=center;verticalAlign=middle;fontFamily=Helvetica;fontSize=11;fontColor=default;labelBackgroundColor=default;curved=0;" parent="1" target="40" edge="1">
                    <mxGeometry width="50" height="50" relative="1" as="geometry">
                        <mxPoint x="-1730" y="637.8000000000002" as="sourcePoint"/>
                        <mxPoint x="-1540" y="630" as="targetPoint"/>
                    </mxGeometry>
                </mxCell>
                <mxCell id="140" value="&lt;font style=&quot;font-size: 30px;&quot;&gt;i_clk_l&lt;/font&gt;" style="edgeLabel;html=1;align=center;verticalAlign=middle;resizable=0;points=[];" parent="139" vertex="1" connectable="0">
                    <mxGeometry x="0.3883" y="-2" relative="1" as="geometry">
                        <mxPoint x="-42" y="-9" as="offset"/>
                    </mxGeometry>
                </mxCell>
                <mxCell id="141" value="" style="endArrow=classic;html=1;entryX=0.003;entryY=0.788;entryDx=0;entryDy=0;rounded=0;strokeColor=default;strokeWidth=3;align=center;verticalAlign=middle;fontFamily=Helvetica;fontSize=11;fontColor=default;labelBackgroundColor=default;curved=0;entryPerimeter=0;" parent="1" target="38" edge="1">
                    <mxGeometry width="50" height="50" relative="1" as="geometry">
                        <mxPoint x="-1699" y="638" as="sourcePoint"/>
                        <mxPoint x="-1440" y="550" as="targetPoint"/>
                        <Array as="points">
                            <mxPoint x="-1700" y="1022"/>
                        </Array>
                    </mxGeometry>
                </mxCell>
                <mxCell id="143" value="" style="endArrow=classic;html=1;entryX=0.5;entryY=1;entryDx=0;entryDy=0;rounded=0;strokeColor=default;strokeWidth=3;align=center;verticalAlign=middle;fontFamily=Helvetica;fontSize=11;fontColor=default;labelBackgroundColor=default;curved=0;" parent="1" target="43" edge="1">
                    <mxGeometry width="50" height="50" relative="1" as="geometry">
                        <mxPoint x="-1700" y="1020" as="sourcePoint"/>
                        <mxPoint x="940" y="1180" as="targetPoint"/>
                        <Array as="points">
                            <mxPoint x="-1700" y="1180"/>
                            <mxPoint x="1390" y="1180"/>
                        </Array>
                    </mxGeometry>
                </mxCell>
                <mxCell id="144" value="" style="endArrow=classic;html=1;entryX=0;entryY=0.75;entryDx=0;entryDy=0;rounded=0;strokeColor=default;strokeWidth=3;align=center;verticalAlign=middle;fontFamily=Helvetica;fontSize=11;fontColor=default;labelBackgroundColor=default;curved=0;jumpStyle=arc;" parent="1" target="36" edge="1">
                    <mxGeometry width="50" height="50" relative="1" as="geometry">
                        <mxPoint x="-630" y="1178" as="sourcePoint"/>
                        <mxPoint x="-350" y="798.75" as="targetPoint"/>
                        <Array as="points">
                            <mxPoint x="-630" y="860"/>
                        </Array>
                    </mxGeometry>
                </mxCell>
                <mxCell id="146" value="" style="endArrow=classic;html=1;entryX=0.001;entryY=0.688;entryDx=0;entryDy=0;entryPerimeter=0;rounded=0;strokeColor=default;strokeWidth=3;align=center;verticalAlign=middle;fontFamily=Helvetica;fontSize=11;fontColor=default;labelBackgroundColor=default;curved=0;" parent="1" target="37" edge="1">
                    <mxGeometry width="50" height="50" relative="1" as="geometry">
                        <mxPoint x="-630" y="1040" as="sourcePoint"/>
                        <mxPoint x="-410" y="980" as="targetPoint"/>
                    </mxGeometry>
                </mxCell>
                <mxCell id="150" value="" style="endArrow=classic;html=1;entryX=0;entryY=0.25;entryDx=0;entryDy=0;exitX=1;exitY=0.25;exitDx=0;exitDy=0;rounded=0;curved=0;" parent="1" source="38" target="36" edge="1">
                    <mxGeometry width="50" height="50" relative="1" as="geometry">
                        <mxPoint x="-1000" y="1040" as="sourcePoint"/>
                        <mxPoint x="-950" y="990" as="targetPoint"/>
                        <Array as="points">
                            <mxPoint x="-1010" y="843"/>
                            <mxPoint x="-1010" y="780"/>
                        </Array>
                    </mxGeometry>
                </mxCell>
                <mxCell id="152" value="&lt;font style=&quot;font-size: 24px;&quot;&gt;lane_LFSR_in [15:0] [63:0]&lt;/font&gt;" style="edgeLabel;html=1;align=center;verticalAlign=middle;resizable=0;points=[];" parent="150" vertex="1" connectable="0">
                    <mxGeometry x="0.3579" y="-3" relative="1" as="geometry">
                        <mxPoint as="offset"/>
                    </mxGeometry>
                </mxCell>
                <mxCell id="114" value="" style="endArrow=classic;html=1;fontStyle=4;entryX=0;entryY=0.25;entryDx=0;entryDy=0;exitX=1.001;exitY=0.409;exitDx=0;exitDy=0;exitPerimeter=0;rounded=0;curved=0;jumpStyle=arc;" parent="1" source="40" target="37" edge="1">
                    <mxGeometry width="50" height="50" relative="1" as="geometry">
                        <mxPoint x="-330" y="620" as="sourcePoint"/>
                        <mxPoint x="-280" y="570" as="targetPoint"/>
                        <Array as="points">
                            <mxPoint x="-1060" y="290"/>
                            <mxPoint x="-1060" y="970"/>
                        </Array>
                    </mxGeometry>
                </mxCell>
                <mxCell id="117" value="&lt;font style=&quot;font-size: 24px;&quot;&gt;reset&lt;/font&gt;" style="edgeLabel;html=1;align=center;verticalAlign=middle;resizable=0;points=[];" parent="114" vertex="1" connectable="0">
                    <mxGeometry x="-0.9207" relative="1" as="geometry">
                        <mxPoint as="offset"/>
                    </mxGeometry>
                </mxCell>
-                 <mxCell id="153" value="" style="endArrow=classic;html=1;entryX=0.002;entryY=0.201;entryDx=0;entryDy=0;entryPerimeter=0;exitX=0;exitY=0;exitDx=0;exitDy=0;rounded=0;curved=0;" edge="1" parent="1" target="43">
+                 <mxCell id="153" value="" style="endArrow=classic;html=1;entryX=0.002;entryY=0.201;entryDx=0;entryDy=0;entryPerimeter=0;exitX=0;exitY=0;exitDx=0;exitDy=0;rounded=0;curved=0;" parent="1" target="43" edge="1">
                    <mxGeometry width="50" height="50" relative="1" as="geometry">
                        <mxPoint x="-1179.9999999999964" y="230" as="sourcePoint"/>
                        <mxPoint x="-430" y="590" as="targetPoint"/>
                        <Array as="points">
                            <mxPoint x="840" y="230"/>
                            <mxPoint x="840" y="380"/>
                            <mxPoint x="1060" y="380"/>
                            <mxPoint x="1060" y="810"/>
                        </Array>
                    </mxGeometry>
                </mxCell>
-                 <mxCell id="156" value="&lt;font style=&quot;font-size: 22px;&quot;&gt;wr_en [15:0]&lt;/font&gt;" style="edgeLabel;html=1;align=center;verticalAlign=middle;resizable=0;points=[];" vertex="1" connectable="0" parent="153">
+                 <mxCell id="156" value="&lt;font style=&quot;font-size: 22px;&quot;&gt;wr_en [15:0]&lt;/font&gt;" style="edgeLabel;html=1;align=center;verticalAlign=middle;resizable=0;points=[];" parent="153" vertex="1" connectable="0">
                    <mxGeometry x="-0.9512" y="1" relative="1" as="geometry">
                        <mxPoint x="218" as="offset"/>
                    </mxGeometry>
                </mxCell>
-                 <mxCell id="157" value="" style="endArrow=classic;html=1;exitX=-0.002;exitY=0.331;exitDx=0;exitDy=0;exitPerimeter=0;entryX=0;entryY=0;entryDx=0;entryDy=0;rounded=0;curved=0;" edge="1" parent="1" source="43">
+                 <mxCell id="157" value="" style="endArrow=classic;html=1;exitX=-0.002;exitY=0.331;exitDx=0;exitDy=0;exitPerimeter=0;entryX=0;entryY=0;entryDx=0;entryDy=0;rounded=0;curved=0;" parent="1" source="43" edge="1">
                    <mxGeometry width="50" height="50" relative="1" as="geometry">
                        <mxPoint x="930" y="780" as="sourcePoint"/>
                        <mxPoint x="-1180.0000000000002" y="570" as="targetPoint"/>
                        <Array as="points">
                            <mxPoint x="1030" y="857"/>
                            <mxPoint x="1030" y="570"/>
                        </Array>
                    </mxGeometry>
                </mxCell>
-                 <mxCell id="160" value="&lt;font style=&quot;font-size: 21px;&quot;&gt;empty [15:0]&lt;/font&gt;" style="edgeLabel;html=1;align=center;verticalAlign=middle;resizable=0;points=[];" vertex="1" connectable="0" parent="157">
+                 <mxCell id="160" value="&lt;font style=&quot;font-size: 21px;&quot;&gt;empty [15:0]&lt;/font&gt;" style="edgeLabel;html=1;align=center;verticalAlign=middle;resizable=0;points=[];" parent="157" vertex="1" connectable="0">
                    <mxGeometry x="0.8242" y="-1" relative="1" as="geometry">
                        <mxPoint as="offset"/>
                    </mxGeometry>
                </mxCell>
            </root>
        </mxGraphModel>
    </diagram>
</mxfile>